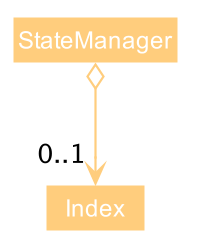
Before: docs/images/StateClassDiagram.png, a diagram exported from PlantUML (nus-cs2103-AY2021S1/tp). Source of this version:
```plantuml
@startuml









skinparam BackgroundColor #FFFFFFF

skinparam Shadowing false

skinparam Class {
    FontColor #FFFFFF
    BorderThickness 1
    BorderColor #FFFFFF
    StereotypeFontColor #FFFFFF
    FontName Arial
}

skinparam Actor {
    BorderColor #000000
    Color #000000
    FontName Arial
}

skinparam Sequence {
    MessageAlign center
    BoxFontSize 15
    BoxPadding 0
    BoxFontColor #FFFFFF
    FontName Arial
}

skinparam Participant {
    FontColor #FFFFFFF
    Padding 20
}

skinparam MinClassWidth 50
skinparam ParticipantPadding 10
skinparam Shadowing false
skinparam DefaultTextAlignment center
skinparam packageStyle Rectangle

hide footbox
hide members
hide circle
skinparam arrowThickness 1.1
skinparam arrowColor #FFCD7D
skinparam classBackgroundColor #FFCD7D


Class StateManager
Class Index

StateManager o--> "0..1" Index

@enduml
```
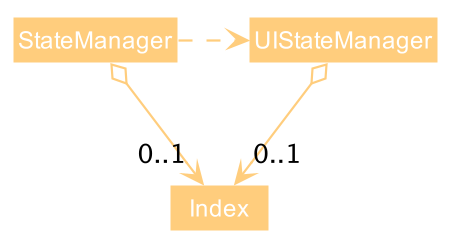
Above is the later version.

Commit message:
Update State Component in Developer Guide with UiStateManager

The edit, as a diff of the source:
```diff
@@ -54,8 +54,12 @@
 
 
 Class StateManager
+Class UIStateManager
 Class Index
 
+
 StateManager o--> "0..1" Index
+StateManager .right.> UIStateManager
+UIStateManager o--> "0..1" Index
 
 @enduml
```
